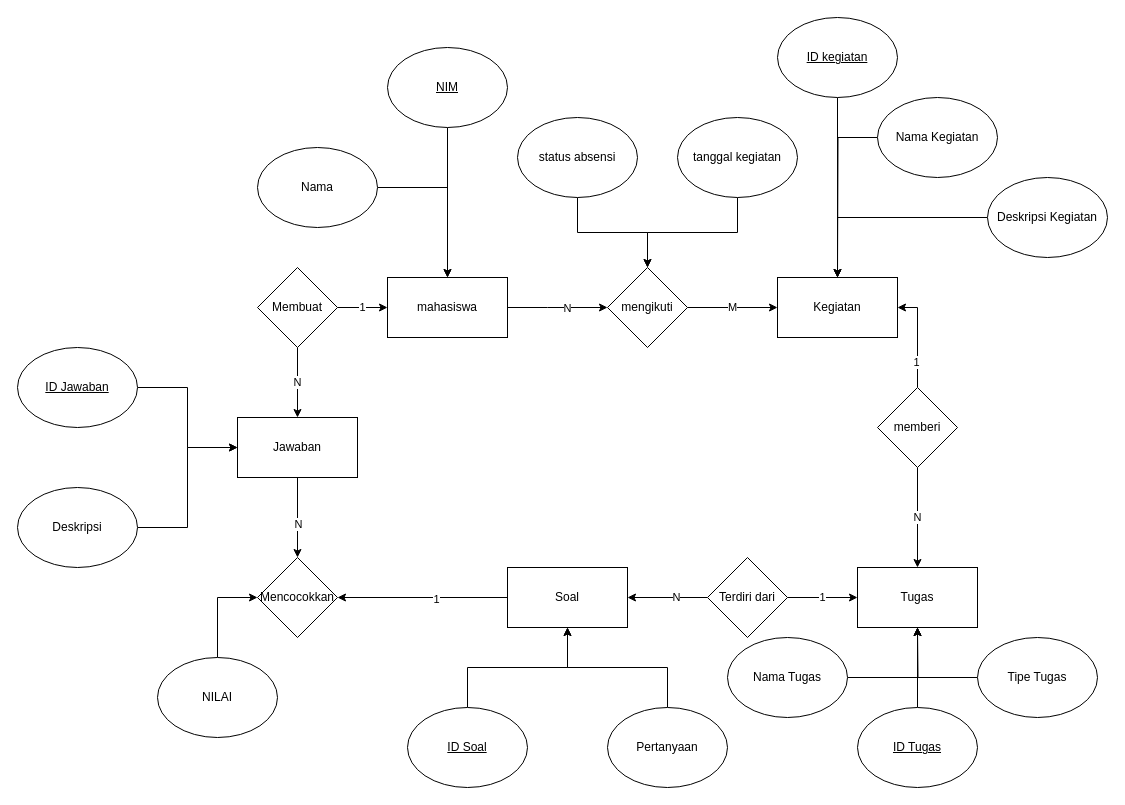
This is Untitled Diagram.drawio from faris-afk/SIMABA, a draw.io file, before an edit. Source tidied: cells renumbered, new cells numbered last; positions are measured from the earlier drawing's top-left corner, leaving out a move shared by most shapes. Both pictures are drawn from the tidied source at 100%, with x=0, y=0 at pixel (17, 17).
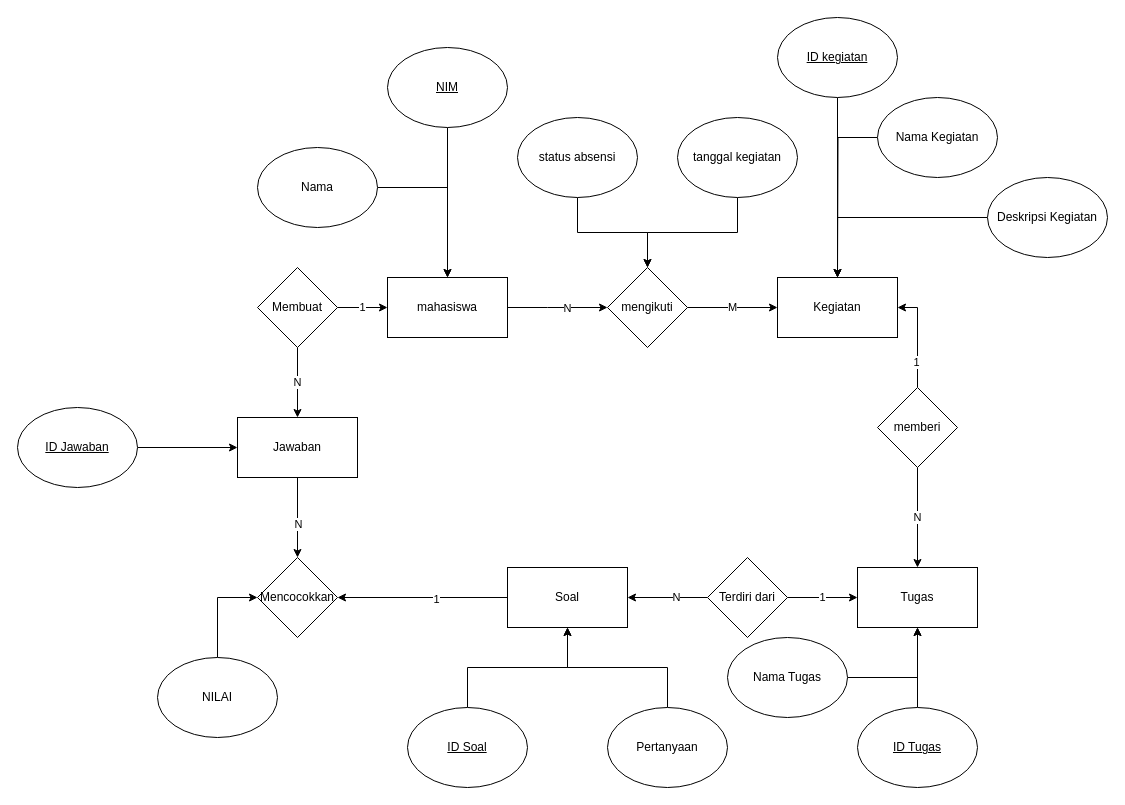
After the change.

Unchanged cells that the change refers to:
```xml
<mxCell id="26" value="Jawaban" style="rounded=0;whiteSpace=wrap;html=1;" parent="1" vertex="1">
  <mxGeometry x="220" y="400" width="120" height="60" as="geometry" />
</mxCell>
```

What changed in the source:
```diff
@@
-    <mxCell id="43" style="edgeStyle=orthogonalEdgeStyle;rounded=0;jettySize=auto;html=1;" parent="1" edge="1" source="44">
-      <mxGeometry relative="1" as="geometry">
-        <mxPoint x="900" y="610" as="targetPoint" />
-      </mxGeometry>
-    </mxCell>
-    <mxCell id="44" value="Tipe Tugas" style="ellipse;whiteSpace=wrap;html=1;" parent="1" vertex="1">
-      <mxGeometry x="960" y="620" width="120" height="80" as="geometry" />
-    </mxCell>
@@
     <mxCell id="54" value="&lt;u&gt;ID Jawaban&lt;/u&gt;" style="ellipse;whiteSpace=wrap;html=1;" parent="1" vertex="1">
-      <mxGeometry y="330" width="120" height="80" as="geometry" />
+      <mxGeometry y="390" width="120" height="80" as="geometry" />
     </mxCell>
-    <mxCell id="55" style="edgeStyle=orthogonalEdgeStyle;rounded=0;jettySize=auto;html=1;entryX=0;entryY=0.5;entryDx=0;entryDy=0;" parent="1" edge="1" source="56" target="26">
-      <mxGeometry relative="1" as="geometry" />
-    </mxCell>
-    <mxCell id="56" value="Deskripsi" style="ellipse;whiteSpace=wrap;html=1;" parent="1" vertex="1">
-      <mxGeometry y="470" width="120" height="80" as="geometry" />
-    </mxCell>
```
